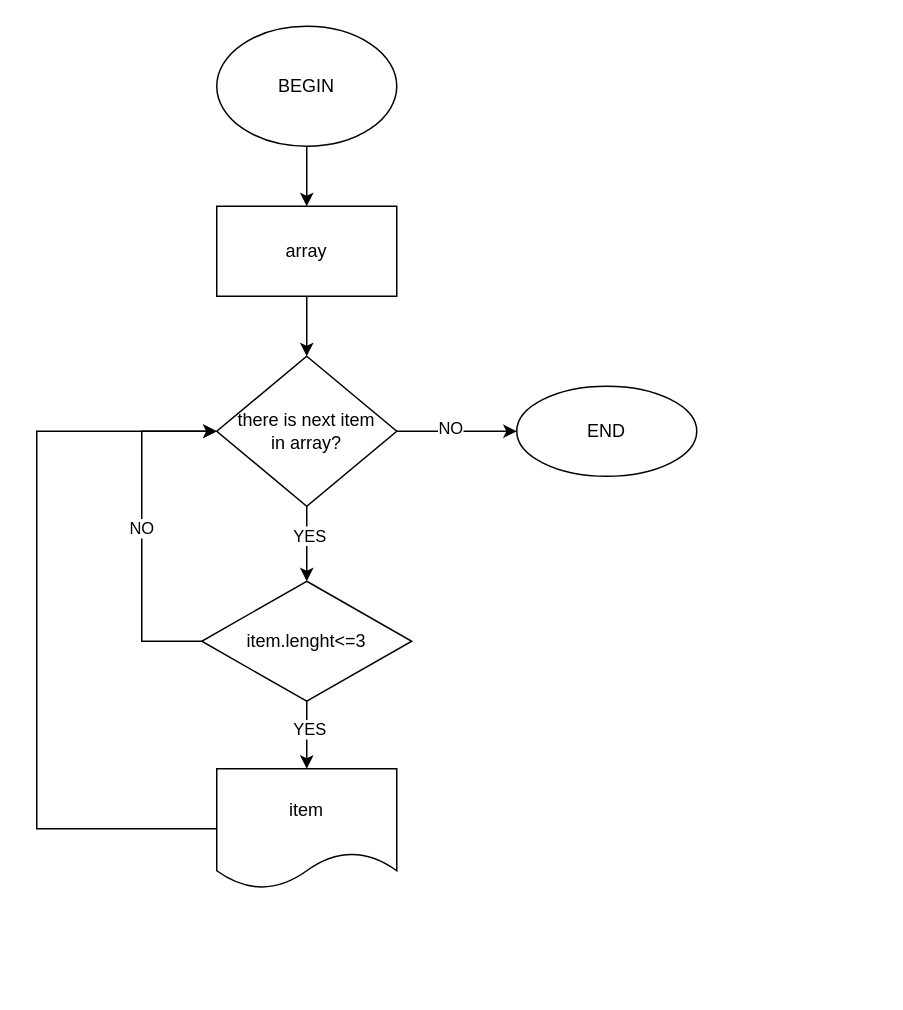
Earlier version of the draw.io diagram solution_01.drawio (Silva0308/gb_verification). Source tidied: cells renumbered, new cells numbered last; positions are measured from the earlier drawing's top-left corner, leaving out a move shared by most shapes. Both pictures are drawn from the tidied source at 150%, with x=0, y=0 at pixel (36, 26).
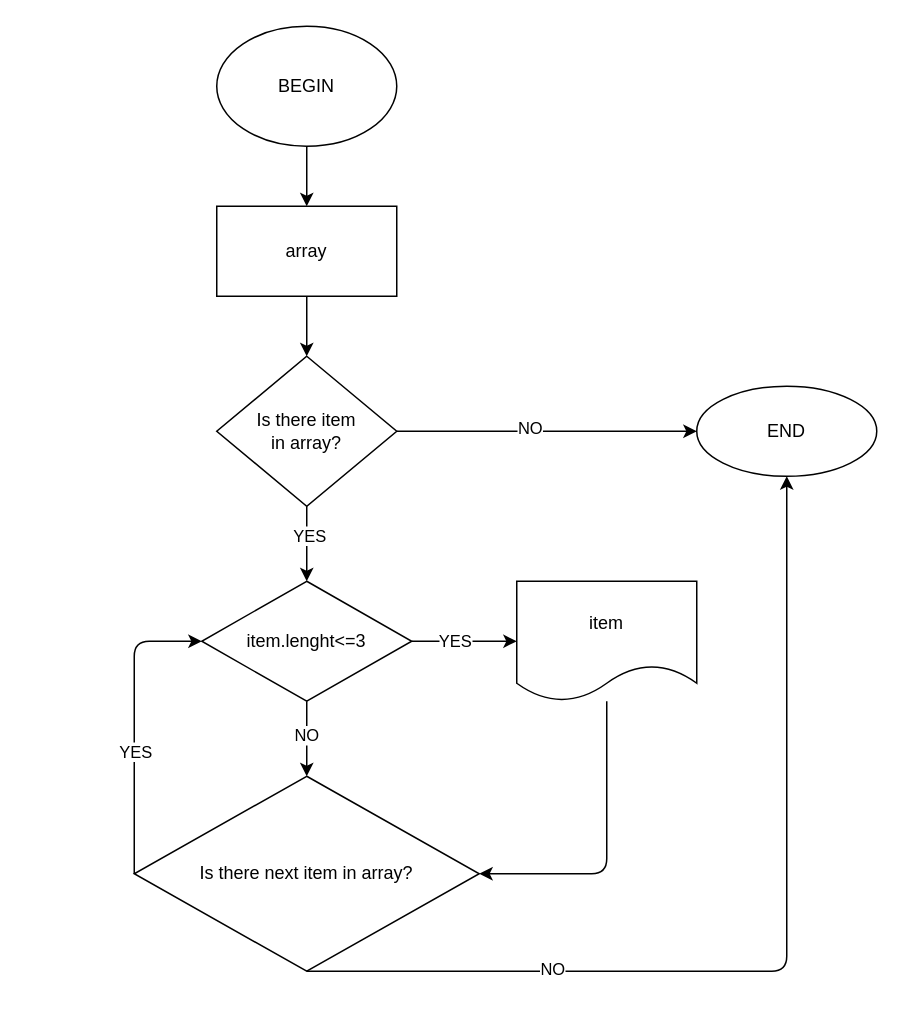
The same diagram, later.

Commit message:
flowchart correction

The change refers to these unchanged cells:
```xml
<mxCell id="13" value="item.lenght&amp;lt;=3" style="rhombus;whiteSpace=wrap;html=1;" parent="1" vertex="1">
  <mxGeometry x="110" y="370" width="140" height="80" as="geometry" />
</mxCell>
```

Diff of the diagram source:
```diff
@@
-    <mxCell id="10" value="there is next item&lt;br&gt;in array?" style="rhombus;whiteSpace=wrap;html=1;" parent="1" vertex="1">
+    <mxCell id="10" value="Is there item&lt;br&gt;in array?" style="rhombus;whiteSpace=wrap;html=1;" parent="1" vertex="1">
       <mxGeometry x="120" y="220" width="120" height="100" as="geometry" />
     </mxCell>
@@
+    <mxCell id="18" style="edgeStyle=none;html=1;" parent="1" edge="1" source="13" target="25">
+      <mxGeometry relative="1" as="geometry" />
+    </mxCell>
+    <mxCell id="19" value="NO" style="edgeLabel;html=1;align=center;verticalAlign=middle;" parent="18" vertex="1">
+      <mxGeometry x="-0.14" y="-1" relative="1" as="geometry" />
+    </mxCell>
@@
+    <mxCell id="20" style="edgeStyle=none;html=1;entryX=1;entryY=0.5;entryDx=0;entryDy=0;" parent="1" edge="1" source="14" target="25">
+      <mxGeometry relative="1" as="geometry">
+        <Array as="points">
+          <mxPoint x="380" y="565" />
+        </Array>
+      </mxGeometry>
+    </mxCell>
     <mxCell id="14" value="item" style="shape=document;whiteSpace=wrap;html=1;boundedLbl=1;" parent="1" vertex="1">
-      <mxGeometry x="120" y="495" width="120" height="80" as="geometry" />
+      <mxGeometry x="320" y="370" width="120" height="80" as="geometry" />
     </mxCell>
-    <mxCell id="15" value="NO" style="endArrow=classic;html=1;rounded=0;exitX=0;exitY=0.5;exitDx=0;exitDy=0;entryX=0;entryY=0.5;entryDx=0;entryDy=0;" parent="1" edge="1" source="13" target="10">
-      <mxGeometry relative="1" as="geometry">
-        <Array as="points">
-          <mxPoint x="70" y="410" />
-          <mxPoint x="70" y="270" />
-        </Array>
-      </mxGeometry>
-    </mxCell>
-    <mxCell id="16" style="endArrow=classic;html=1;rounded=0;exitX=0;exitY=0.5;exitDx=0;exitDy=0;entryX=0;entryY=0.5;entryDx=0;entryDy=0;" parent="1" edge="1" source="14" target="10">
-      <mxGeometry relative="1" as="geometry">
-        <Array as="points">
-          <mxPoint y="535" />
-          <mxPoint y="270" />
-        </Array>
-      </mxGeometry>
-    </mxCell>
     <mxCell id="17" value="END" style="ellipse;whiteSpace=wrap;html=1;" parent="1" vertex="1">
-      <mxGeometry x="320" y="240" width="120" height="60" as="geometry" />
+      <mxGeometry x="440" y="240" width="120" height="60" as="geometry" />
     </mxCell>
+    <mxCell id="21" style="edgeStyle=none;html=1;exitX=0;exitY=0.5;exitDx=0;exitDy=0;entryX=0;entryY=0.5;entryDx=0;entryDy=0;" parent="1" edge="1" source="25" target="13">
+      <mxGeometry relative="1" as="geometry">
+        <Array as="points">
+          <mxPoint x="65" y="410" />
+        </Array>
+      </mxGeometry>
+    </mxCell>
+    <mxCell id="22" value="YES" style="edgeLabel;html=1;align=center;verticalAlign=middle;" parent="21" vertex="1">
+      <mxGeometry x="-0.18" relative="1" as="geometry" />
+    </mxCell>
+    <mxCell id="23" style="edgeStyle=none;html=1;exitX=0.5;exitY=1;exitDx=0;exitDy=0;entryX=0.5;entryY=1;entryDx=0;entryDy=0;" parent="1" edge="1" source="25" target="17">
+      <mxGeometry relative="1" as="geometry">
+        <Array as="points">
+          <mxPoint x="500" y="630" />
+        </Array>
+      </mxGeometry>
+    </mxCell>
+    <mxCell id="24" value="NO" style="edgeLabel;html=1;align=center;verticalAlign=middle;" parent="23" vertex="1">
+      <mxGeometry x="-0.5" y="2" relative="1" as="geometry" />
+    </mxCell>
+    <mxCell id="25" value="Is there next item in array?" style="rhombus;whiteSpace=wrap;html=1;" parent="1" vertex="1">
+      <mxGeometry x="65" y="500" width="230" height="130" as="geometry" />
+    </mxCell>
```
